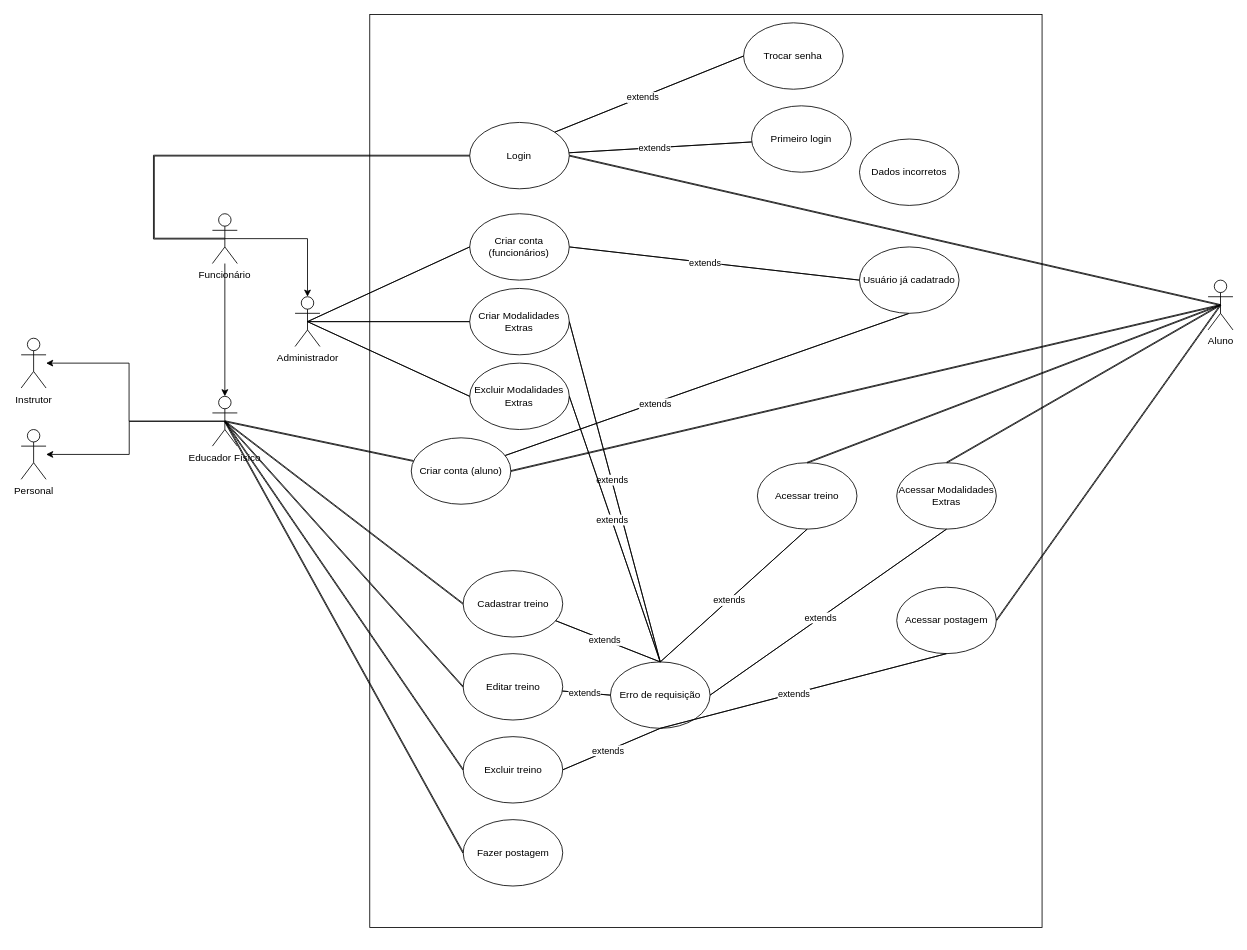
The draw.io diagram caso-uso-01.drawio in huryelsouto/trabalho-msw, before the edit. Source tidied: cells renumbered, new cells numbered last; positions are measured from the earlier drawing's top-left corner, leaving out a move shared by most shapes. Both pictures are drawn from the tidied source at 83%, with x=0, y=0 at pixel (21, 14).
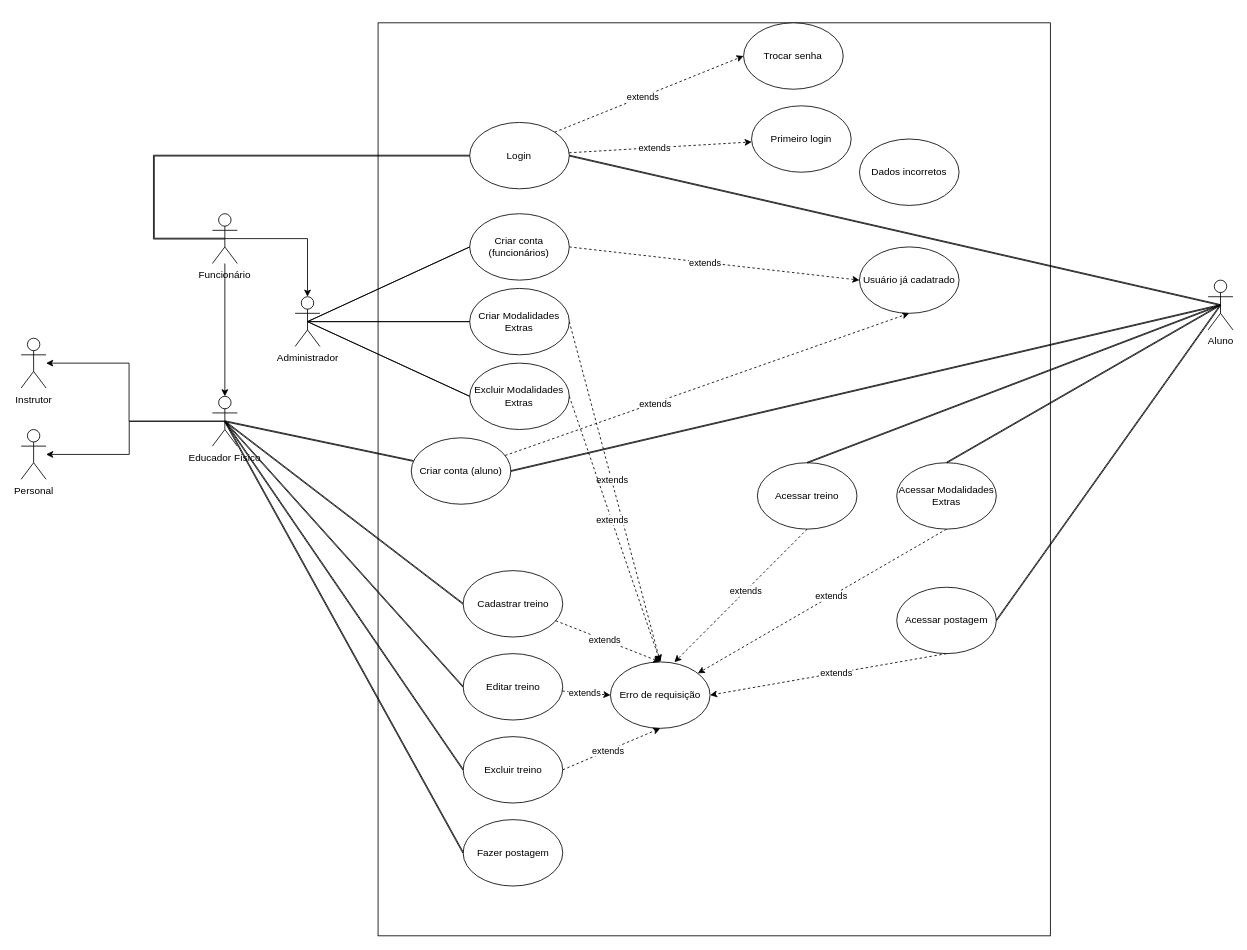
The same diagram, later.

Unchanged cells that the change refers to:
```xml
<mxCell id="13" value="Criar conta (aluno)" style="ellipse;whiteSpace=wrap;html=1;" parent="1" vertex="1">
  <mxGeometry x="470" y="510" width="120" height="80" as="geometry" />
</mxCell>
<mxCell id="16" value="Criar conta (funcionários)" style="ellipse;whiteSpace=wrap;html=1;" parent="1" vertex="1">
  <mxGeometry x="540.4" y="240" width="120" height="80" as="geometry" />
</mxCell>
<mxCell id="17" value="Usuário já cadatrado" style="ellipse;whiteSpace=wrap;html=1;" parent="1" vertex="1">
  <mxGeometry x="1010" y="280" width="120" height="80" as="geometry" />
</mxCell>
<mxCell id="18" value="Login" style="ellipse;whiteSpace=wrap;html=1;" parent="1" vertex="1">
  <mxGeometry x="540.4" y="130" width="120" height="80" as="geometry" />
</mxCell>
<mxCell id="19" value="Primeiro login" style="ellipse;whiteSpace=wrap;html=1;" parent="1" vertex="1">
  <mxGeometry x="880" y="110" width="120" height="80" as="geometry" />
</mxCell>
<mxCell id="20" value="Trocar senha" style="ellipse;whiteSpace=wrap;html=1;" parent="1" vertex="1">
  <mxGeometry x="870.4" y="10" width="120" height="80" as="geometry" />
</mxCell>
<mxCell id="22" value="Editar treino" style="ellipse;whiteSpace=wrap;html=1;" parent="1" vertex="1">
  <mxGeometry x="532.5" y="770" width="120" height="80" as="geometry" />
</mxCell>
<mxCell id="23" value="Cadastrar treino" style="ellipse;whiteSpace=wrap;html=1;" parent="1" vertex="1">
  <mxGeometry x="532.5" y="670" width="120" height="80" as="geometry" />
</mxCell>
<mxCell id="24" value="Excluir treino" style="ellipse;whiteSpace=wrap;html=1;" parent="1" vertex="1">
  <mxGeometry x="532.5" y="870" width="120" height="80" as="geometry" />
</mxCell>
<mxCell id="25" value="Acessar treino" style="ellipse;whiteSpace=wrap;html=1;" parent="1" vertex="1">
  <mxGeometry x="887" y="540" width="120" height="80" as="geometry" />
</mxCell>
<mxCell id="26" value="Acessar Modalidades Extras" style="ellipse;whiteSpace=wrap;html=1;" parent="1" vertex="1">
  <mxGeometry x="1054.9" y="540" width="120" height="80" as="geometry" />
</mxCell>
<mxCell id="43" value="Erro de requisição" style="ellipse;whiteSpace=wrap;html=1;" parent="1" vertex="1">
  <mxGeometry x="710" y="780" width="120" height="80" as="geometry" />
</mxCell>
<mxCell id="56" value="Acessar postagem" style="ellipse;whiteSpace=wrap;html=1;" parent="1" vertex="1">
  <mxGeometry x="1054.9" y="690" width="120" height="80" as="geometry" />
</mxCell>
<mxCell id="60" value="Criar Modalidades Extras" style="ellipse;whiteSpace=wrap;html=1;" parent="1" vertex="1">
  <mxGeometry x="540.4" y="330" width="120" height="80" as="geometry" />
</mxCell>
<mxCell id="61" value="Excluir Modalidades Extras" style="ellipse;whiteSpace=wrap;html=1;" parent="1" vertex="1">
  <mxGeometry x="540.4" y="420" width="120" height="80" as="geometry" />
</mxCell>
```

The edit, as a diff of the source:
```diff
@@
     <mxCell id="2" style="rounded=0;whiteSpace=wrap;html=1;" parent="1" vertex="1">
-      <mxGeometry x="420" width="810" height="1100" as="geometry" />
+      <mxGeometry x="430" y="10" width="810" height="1100" as="geometry" />
     </mxCell>
@@
-    <mxCell id="11" style="edgeStyle=none;shape=link;rounded=0;jettySize=auto;html=1;strokeWidth=1;width=0;entryX=0.5;entryY=1;entryDx=0;entryDy=0;" parent="1" edge="1" source="13" target="17">
+    <mxCell id="11" style="edgeStyle=none;rounded=0;jettySize=auto;html=1;strokeWidth=1;entryX=0.5;entryY=1;entryDx=0;entryDy=0;dashed=1;" parent="1" edge="1" source="13" target="17">
       <mxGeometry relative="1" as="geometry" />
     </mxCell>
@@
-    <mxCell id="14" style="edgeStyle=none;shape=link;rounded=0;jettySize=auto;html=1;strokeWidth=1;width=0;exitX=1;exitY=0.5;exitDx=0;exitDy=0;entryX=0;entryY=0.5;entryDx=0;entryDy=0;" parent="1" edge="1" source="16" target="17">
+    <mxCell id="14" style="edgeStyle=none;rounded=0;jettySize=auto;html=1;strokeWidth=1;exitX=1;exitY=0.5;exitDx=0;exitDy=0;entryX=0;entryY=0.5;entryDx=0;entryDy=0;dashed=1;" parent="1" edge="1" source="16" target="17">
       <mxGeometry relative="1" as="geometry" />
     </mxCell>
@@
-    <mxCell id="32" style="edgeStyle=none;shape=link;rounded=0;jettySize=auto;html=1;strokeWidth=1;width=0;entryX=0;entryY=0.5;entryDx=0;entryDy=0;exitX=1;exitY=0;exitDx=0;exitDy=0;" parent="1" edge="1" source="18" target="20">
+    <mxCell id="32" style="edgeStyle=none;rounded=0;jettySize=auto;html=1;strokeWidth=1;entryX=0;entryY=0.5;entryDx=0;entryDy=0;exitX=1;exitY=0;exitDx=0;exitDy=0;dashed=1;" parent="1" edge="1" source="18" target="20">
       <mxGeometry relative="1" as="geometry" />
     </mxCell>
@@
-    <mxCell id="34" style="edgeStyle=none;shape=link;rounded=0;jettySize=auto;html=1;strokeWidth=1;width=0;" parent="1" edge="1" source="18" target="19">
+    <mxCell id="34" style="edgeStyle=none;rounded=0;jettySize=auto;html=1;strokeWidth=1;dashed=1;" parent="1" edge="1" source="18" target="19">
       <mxGeometry relative="1" as="geometry" />
     </mxCell>
@@
-    <mxCell id="44" style="edgeStyle=none;shape=link;rounded=0;jettySize=auto;html=1;strokeWidth=1;width=0;entryX=0.5;entryY=0;entryDx=0;entryDy=0;" parent="1" edge="1" source="23" target="43">
+    <mxCell id="44" style="edgeStyle=none;rounded=0;jettySize=auto;html=1;strokeWidth=1;entryX=0.5;entryY=0;entryDx=0;entryDy=0;dashed=1;" parent="1" edge="1" source="23" target="43">
       <mxGeometry relative="1" as="geometry" />
     </mxCell>
@@
-    <mxCell id="46" style="edgeStyle=none;shape=link;rounded=0;jettySize=auto;html=1;strokeWidth=1;width=0;entryX=0;entryY=0.5;entryDx=0;entryDy=0;" parent="1" edge="1" source="22" target="43">
+    <mxCell id="46" style="edgeStyle=none;rounded=0;jettySize=auto;html=1;strokeWidth=1;entryX=0;entryY=0.5;entryDx=0;entryDy=0;dashed=1;" parent="1" edge="1" source="22" target="43">
       <mxGeometry relative="1" as="geometry" />
     </mxCell>
@@
-    <mxCell id="48" style="edgeStyle=none;shape=link;rounded=0;jettySize=auto;html=1;strokeWidth=1;width=0;entryX=0.5;entryY=1;entryDx=0;entryDy=0;exitX=1;exitY=0.5;exitDx=0;exitDy=0;" parent="1" edge="1" source="24" target="43">
+    <mxCell id="48" style="edgeStyle=none;rounded=0;jettySize=auto;html=1;strokeWidth=1;entryX=0.5;entryY=1;entryDx=0;entryDy=0;exitX=1;exitY=0.5;exitDx=0;exitDy=0;dashed=1;" parent="1" edge="1" source="24" target="43">
       <mxGeometry relative="1" as="geometry" />
     </mxCell>
@@
-    <mxCell id="50" style="edgeStyle=none;shape=link;rounded=0;jettySize=auto;html=1;strokeWidth=1;width=0;entryX=0.5;entryY=1;entryDx=0;entryDy=0;exitX=0.5;exitY=0;exitDx=0;exitDy=0;" parent="1" edge="1" source="43" target="25">
+    <mxCell id="50" style="edgeStyle=none;rounded=0;jettySize=auto;html=1;strokeWidth=1;dashed=1;exitX=0.5;exitY=1;exitDx=0;exitDy=0;entryX=0.642;entryY=0.004;entryDx=0;entryDy=0;entryPerimeter=0;" parent="1" edge="1" source="25" target="43">
       <mxGeometry relative="1" as="geometry" />
     </mxCell>
@@
-    <mxCell id="52" style="edgeStyle=none;shape=link;rounded=0;jettySize=auto;html=1;strokeWidth=1;width=0;entryX=0.5;entryY=1;entryDx=0;entryDy=0;exitX=1;exitY=0.5;exitDx=0;exitDy=0;" parent="1" edge="1" source="43" target="26">
+    <mxCell id="52" style="edgeStyle=none;rounded=0;jettySize=auto;html=1;strokeWidth=1;exitX=0.5;exitY=1;exitDx=0;exitDy=0;dashed=1;" parent="1" edge="1" source="26" target="43">
       <mxGeometry relative="1" as="geometry" />
     </mxCell>
@@
-    <mxCell id="57" style="edgeStyle=none;shape=link;rounded=0;jettySize=auto;html=1;strokeWidth=1;width=0;entryX=0.5;entryY=1;entryDx=0;entryDy=0;exitX=0.5;exitY=1;exitDx=0;exitDy=0;" parent="1" edge="1" source="43" target="56">
+    <mxCell id="57" style="edgeStyle=none;rounded=0;jettySize=auto;html=1;strokeWidth=1;entryX=1;entryY=0.5;entryDx=0;entryDy=0;exitX=0.5;exitY=1;exitDx=0;exitDy=0;dashed=1;" parent="1" edge="1" source="56" target="43">
       <mxGeometry relative="1" as="geometry" />
     </mxCell>
@@
-    <mxCell id="64" style="edgeStyle=none;shape=link;rounded=0;jettySize=auto;html=1;strokeWidth=1;width=0;exitX=1;exitY=0.5;exitDx=0;exitDy=0;entryX=0.5;entryY=0;entryDx=0;entryDy=0;" parent="1" edge="1" source="60" target="43">
+    <mxCell id="64" style="edgeStyle=none;rounded=0;jettySize=auto;html=1;strokeWidth=1;exitX=1;exitY=0.5;exitDx=0;exitDy=0;entryX=0.5;entryY=0;entryDx=0;entryDy=0;dashed=1;" parent="1" edge="1" source="60" target="43">
       <mxGeometry relative="1" as="geometry" />
     </mxCell>
@@
-    <mxCell id="66" style="edgeStyle=none;shape=link;rounded=0;jettySize=auto;html=1;strokeWidth=1;width=0;exitX=1;exitY=0.5;exitDx=0;exitDy=0;entryX=0.5;entryY=0;entryDx=0;entryDy=0;" parent="1" edge="1" source="61" target="43">
+    <mxCell id="66" style="edgeStyle=none;rounded=0;jettySize=auto;html=1;strokeWidth=1;exitX=1;exitY=0.5;exitDx=0;exitDy=0;entryX=0.5;entryY=0;entryDx=0;entryDy=0;dashed=1;" parent="1" edge="1" source="61" target="43">
       <mxGeometry relative="1" as="geometry" />
     </mxCell>
```
